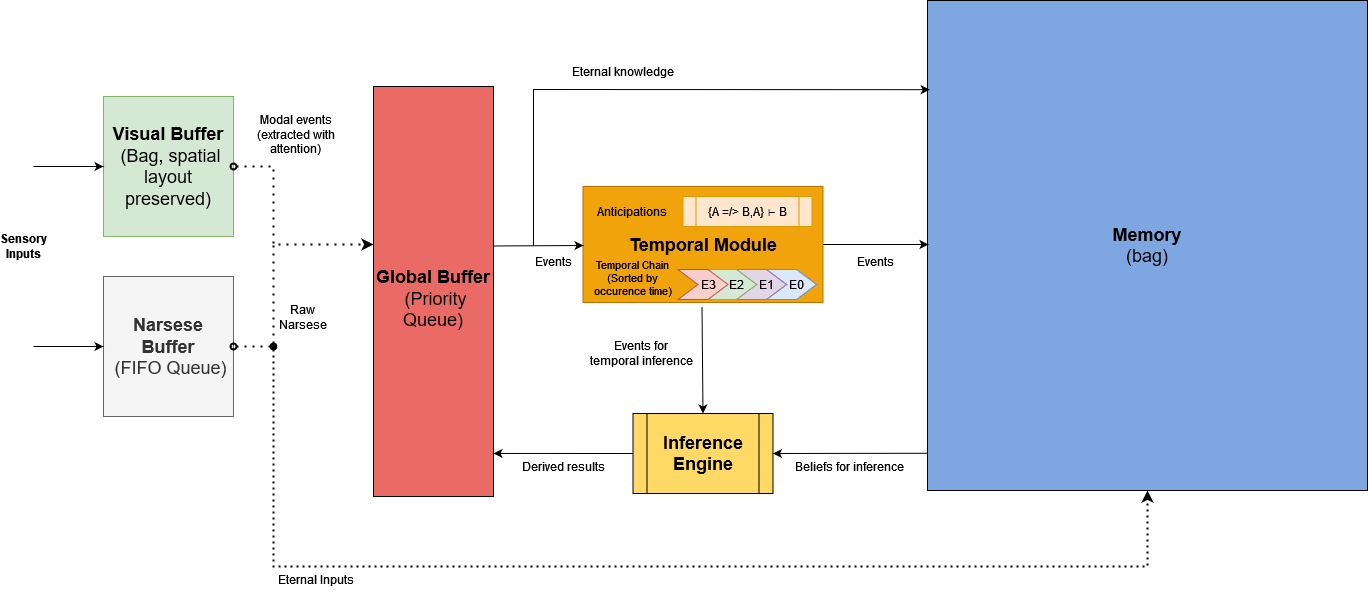
Earlier version of the draw.io export Documentation/Diagram.png (ccrock4t/NARS-Python). Source tidied: cells renumbered, new cells last; positions are measured from the earlier drawing's top-left corner, leaving out a move shared by most shapes.
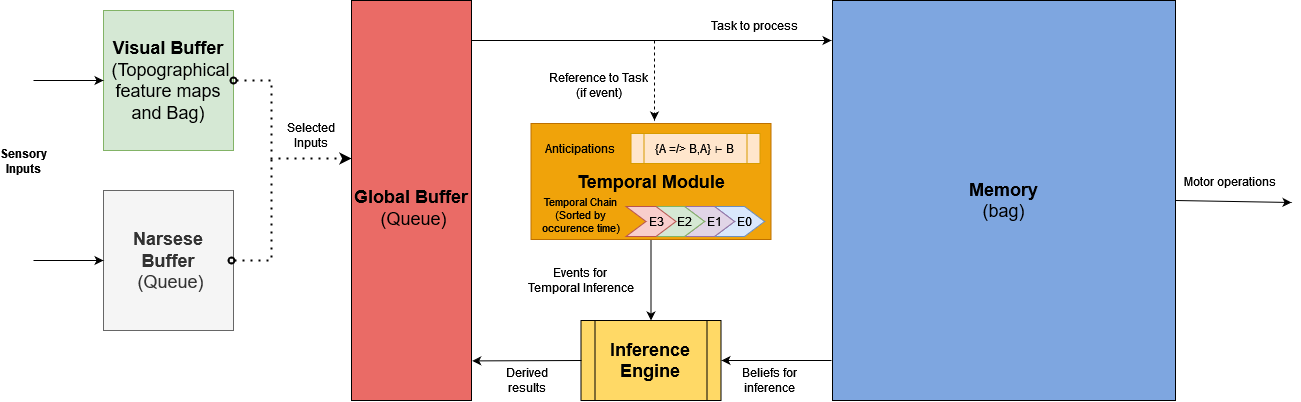
Above is the later version.

Diff of the diagram source:
```diff
@@ -3,31 +3,31 @@
     <mxCell id="0" />
     <mxCell id="1" parent="0" />
     <mxCell id="2" value="&lt;div&gt;&lt;font style=&quot;font-size: 18px&quot;&gt;&lt;b&gt;Memory&lt;/b&gt;&lt;br&gt;&lt;/font&gt;&lt;/div&gt;&lt;div&gt;&lt;font style=&quot;font-size: 18px&quot;&gt;(bag)&lt;/font&gt;&lt;/div&gt;" style="rounded=0;whiteSpace=wrap;html=1;fillColor=#7EA6E0;" parent="1" vertex="1">
-      <mxGeometry x="924" width="440" height="490" as="geometry" />
+      <mxGeometry x="881" y="63" width="343" height="400" as="geometry" />
     </mxCell>
-    <mxCell id="3" value="&lt;div&gt;&lt;font style=&quot;font-size: 18px&quot;&gt;&lt;b&gt;&lt;font style=&quot;font-size: 18px&quot;&gt;Visual &lt;/font&gt;Buffer&lt;/b&gt;&lt;/font&gt;&lt;/div&gt;&lt;font style=&quot;font-size: 18px&quot;&gt;&amp;nbsp;(Bag, spatial layout preserved)&lt;/font&gt;" style="rounded=0;whiteSpace=wrap;html=1;fillColor=#d5e8d4;strokeColor=#82b366;" parent="1" vertex="1">
-      <mxGeometry x="100" y="96" width="130" height="140" as="geometry" />
+    <mxCell id="3" value="&lt;div&gt;&lt;font style=&quot;font-size: 18px&quot;&gt;&lt;b&gt;&lt;font style=&quot;font-size: 18px&quot;&gt;Visual &lt;/font&gt;Buffer&lt;/b&gt;&lt;/font&gt;&lt;/div&gt;&lt;font style=&quot;font-size: 18px&quot;&gt;&amp;nbsp;(Topographical feature maps and Bag)&lt;/font&gt;" style="rounded=0;whiteSpace=wrap;html=1;fillColor=#d5e8d4;strokeColor=#82b366;" parent="1" vertex="1">
+      <mxGeometry x="152" y="73" width="130" height="140" as="geometry" />
     </mxCell>
     <mxCell id="4" value="&lt;div&gt;&lt;font style=&quot;font-size: 18px&quot;&gt;&lt;b&gt;Inference&lt;/b&gt;&lt;/font&gt;&lt;/div&gt;&lt;div&gt;&lt;font style=&quot;font-size: 18px&quot;&gt;&lt;b&gt;Engine&lt;br&gt;&lt;/b&gt;&lt;/font&gt;&lt;/div&gt;" style="shape=process;whiteSpace=wrap;html=1;backgroundOutline=1;fillColor=#FFD966;" parent="1" vertex="1">
-      <mxGeometry x="629.5" y="413" width="140" height="80" as="geometry" />
+      <mxGeometry x="629.5" y="383" width="140" height="80" as="geometry" />
     </mxCell>
     <mxCell id="5" value="&lt;div&gt;&lt;b&gt;Sensory&lt;br&gt;&lt;/b&gt;&lt;/div&gt;&lt;div&gt;&lt;b&gt;Inputs&lt;/b&gt;&lt;/div&gt;" style="text;html=1;strokeColor=none;fillColor=none;align=center;verticalAlign=middle;whiteSpace=wrap;rounded=0;" parent="1" vertex="1">
-      <mxGeometry y="236" width="40" height="20" as="geometry" />
+      <mxGeometry x="52" y="214" width="40" height="20" as="geometry" />
     </mxCell>
     <mxCell id="6" value="&lt;div&gt;&lt;font style=&quot;font-size: 18px&quot;&gt;&lt;b&gt;&lt;br&gt;&lt;/b&gt;&lt;/font&gt;&lt;/div&gt;&lt;div&gt;&lt;font style=&quot;font-size: 18px&quot;&gt;&lt;b&gt;Temporal Module &lt;br&gt;&lt;/b&gt;&lt;/font&gt;&lt;/div&gt;&lt;div&gt;&lt;font style=&quot;font-size: 18px&quot;&gt;&lt;b&gt;&lt;br&gt;&lt;/b&gt;&lt;/font&gt;&lt;/div&gt;" style="rounded=0;whiteSpace=wrap;html=1;fillColor=#f0a30a;strokeColor=#BD7000;fontColor=#000000;" parent="1" vertex="1">
       <mxGeometry x="579.5" y="186" width="240" height="116" as="geometry" />
     </mxCell>
-    <mxCell id="7" value="Eternal Inputs" style="text;html=1;strokeColor=none;fillColor=none;align=center;verticalAlign=middle;whiteSpace=wrap;rounded=0;" parent="1" vertex="1">
-      <mxGeometry x="250" y="561" width="124.5" height="35" as="geometry" />
-    </mxCell>
-    <mxCell id="8" style="endArrow=classic;html=1;entryX=1;entryY=0.5;entryDx=0;entryDy=0;exitX=0;exitY=0.924;exitDx=0;exitDy=0;exitPerimeter=0;" parent="1" edge="1" source="2" target="4">
-      <mxGeometry relative="1" as="geometry" />
+    <mxCell id="8" style="endArrow=classic;html=1;" parent="1" edge="1">
+      <mxGeometry relative="1" as="geometry">
+        <mxPoint x="880" y="423" as="sourcePoint" />
+        <mxPoint x="770" y="423" as="targetPoint" />
+      </mxGeometry>
     </mxCell>
-    <mxCell id="9" value="&lt;div&gt;Beliefs for inference&lt;/div&gt;" style="text;html=1;strokeColor=none;fillColor=none;align=center;verticalAlign=middle;whiteSpace=wrap;rounded=0;" parent="1" vertex="1">
-      <mxGeometry x="783" y="456" width="126" height="20" as="geometry" />
+    <mxCell id="9" value="&lt;div&gt;Beliefs for&lt;/div&gt;&lt;div&gt;inference&lt;/div&gt;" style="text;html=1;strokeColor=none;fillColor=none;align=center;verticalAlign=middle;whiteSpace=wrap;rounded=0;" parent="1" vertex="1">
+      <mxGeometry x="755" y="433" width="126" height="20" as="geometry" />
     </mxCell>
-    <mxCell id="10" value="Derived results" style="text;html=1;strokeColor=none;fillColor=none;align=center;verticalAlign=middle;whiteSpace=wrap;rounded=0;" parent="1" vertex="1">
-      <mxGeometry x="490" y="456" width="140" height="20" as="geometry" />
+    <mxCell id="10" value="&lt;div&gt;Derived&lt;/div&gt;&lt;div&gt;results&lt;/div&gt;" style="text;html=1;strokeColor=none;fillColor=none;align=center;verticalAlign=middle;whiteSpace=wrap;rounded=0;" parent="1" vertex="1">
+      <mxGeometry x="530" y="433" width="90.8" height="20" as="geometry" />
     </mxCell>
     <mxCell id="11" style="shape=step;perimeter=stepPerimeter;whiteSpace=wrap;html=1;fixedSize=1;fillColor=#dae8fc;strokeColor=#6c8ebf;" parent="1" vertex="1">
       <mxGeometry x="763" y="269" width="50" height="30" as="geometry" />
@@ -62,92 +62,84 @@
     <mxCell id="21" value="Anticipations" style="text;html=1;strokeColor=none;fillColor=none;align=center;verticalAlign=middle;whiteSpace=wrap;rounded=0;" parent="1" vertex="1">
       <mxGeometry x="609.2" y="186" width="40" height="50" as="geometry" />
     </mxCell>
-    <mxCell id="22" style="endArrow=classic;html=1;rounded=0;exitX=1;exitY=0.5;exitDx=0;exitDy=0;" parent="1" edge="1" source="6">
-      <mxGeometry relative="1" as="geometry">
-        <mxPoint x="925" y="244" as="targetPoint" />
-      </mxGeometry>
-    </mxCell>
-    <mxCell id="23" value="&lt;div&gt;&lt;font style=&quot;font-size: 18px&quot;&gt;&lt;b&gt;&lt;font style=&quot;font-size: 18px&quot;&gt;Narsese &lt;/font&gt;Buffer&lt;/b&gt;&lt;/font&gt;&lt;/div&gt;&lt;font style=&quot;font-size: 18px&quot;&gt;&amp;nbsp;(FIFO Queue)&lt;/font&gt;" style="rounded=0;whiteSpace=wrap;html=1;fillColor=#f5f5f5;fontColor=#333333;strokeColor=#666666;" parent="1" vertex="1">
-      <mxGeometry x="100" y="276" width="130" height="140" as="geometry" />
+    <mxCell id="23" value="&lt;div&gt;&lt;font style=&quot;font-size: 18px&quot;&gt;&lt;b&gt;&lt;font style=&quot;font-size: 18px&quot;&gt;Narsese &lt;/font&gt;Buffer&lt;/b&gt;&lt;/font&gt;&lt;/div&gt;&lt;font style=&quot;font-size: 18px&quot;&gt;&amp;nbsp;(Queue)&lt;/font&gt;" style="rounded=0;whiteSpace=wrap;html=1;fillColor=#f5f5f5;fontColor=#333333;strokeColor=#666666;" parent="1" vertex="1">
+      <mxGeometry x="152" y="253" width="130" height="140" as="geometry" />
     </mxCell>
-    <mxCell id="24" style="endArrow=classic;html=1;rounded=0;exitX=0.5;exitY=1;exitDx=0;exitDy=0;entryX=0.5;entryY=0;entryDx=0;entryDy=0;" parent="1" edge="1" target="4">
-      <mxGeometry relative="1" as="geometry">
-        <mxPoint x="698.5" y="306" as="sourcePoint" />
-      </mxGeometry>
+    <mxCell id="24" style="endArrow=classic;html=1;rounded=0;entryX=0.5;entryY=0;entryDx=0;entryDy=0;exitX=0.5;exitY=1;exitDx=0;exitDy=0;" parent="1" edge="1" source="6" target="4">
+      <mxGeometry relative="1" as="geometry" />
     </mxCell>
-    <mxCell id="25" style="endArrow=none;html=1;endFill=0;startArrow=classic;startFill=1;entryX=0;entryY=0.5;entryDx=0;entryDy=0;exitX=1;exitY=0.895;exitDx=0;exitDy=0;exitPerimeter=0;" parent="1" edge="1" source="34" target="4">
-      <mxGeometry relative="1" as="geometry" />
+    <mxCell id="25" style="endArrow=none;html=1;endFill=0;startArrow=classic;startFill=1;exitX=1.006;exitY=0.901;exitDx=0;exitDy=0;exitPerimeter=0;" parent="1" edge="1" source="34">
+      <mxGeometry relative="1" as="geometry">
+        <mxPoint x="630" y="423" as="targetPoint" />
+      </mxGeometry>
     </mxCell>
-    <mxCell id="26" value="&lt;div&gt;Events for &lt;br&gt;&lt;/div&gt;&lt;div&gt;temporal inference&lt;/div&gt;" style="text;html=1;strokeColor=none;fillColor=none;align=center;verticalAlign=middle;whiteSpace=wrap;rounded=0;" parent="1" vertex="1">
-      <mxGeometry x="575" y="343" width="126" height="20" as="geometry" />
+    <mxCell id="26" value="&lt;div&gt;Events for &lt;br&gt;&lt;/div&gt;&lt;div&gt;Temporal Inference&lt;/div&gt;" style="text;html=1;strokeColor=none;fillColor=none;align=center;verticalAlign=middle;whiteSpace=wrap;rounded=0;" parent="1" vertex="1">
+      <mxGeometry x="559" y="333" width="140.5" height="20" as="geometry" />
     </mxCell>
     <mxCell id="27" style="endArrow=classic;html=1;rounded=0;entryX=0;entryY=0.5;entryDx=0;entryDy=0;" parent="1" edge="1" target="3">
       <mxGeometry relative="1" as="geometry">
-        <mxPoint x="30" y="166" as="sourcePoint" />
+        <mxPoint x="82" y="143" as="sourcePoint" />
       </mxGeometry>
     </mxCell>
     <mxCell id="28" style="endArrow=classic;html=1;rounded=0;entryX=0;entryY=0.5;entryDx=0;entryDy=0;" parent="1" edge="1" target="23">
       <mxGeometry relative="1" as="geometry">
-        <mxPoint x="30" y="346" as="sourcePoint" />
+        <mxPoint x="82" y="323" as="sourcePoint" />
       </mxGeometry>
     </mxCell>
-    <mxCell id="29" style="endArrow=none;dashed=1;html=1;dashPattern=1 3;strokeWidth=2;rounded=0;exitX=1;exitY=0.5;exitDx=0;exitDy=0;startArrow=oval;startFill=0;" parent="1" edge="1" source="23">
+    <mxCell id="29" style="endArrow=none;dashed=1;html=1;dashPattern=1 3;strokeWidth=2;rounded=0;startArrow=oval;startFill=0;" parent="1" edge="1">
       <mxGeometry relative="1" as="geometry">
-        <mxPoint x="270" y="244" as="targetPoint" />
+        <mxPoint x="280" y="323" as="sourcePoint" />
+        <mxPoint x="320" y="221" as="targetPoint" />
         <Array as="points">
-          <mxPoint x="270" y="346" />
-          <mxPoint x="270" y="244" />
+          <mxPoint x="320" y="323" />
+          <mxPoint x="320" y="221" />
         </Array>
       </mxGeometry>
     </mxCell>
     <mxCell id="30" style="endArrow=classic;dashed=1;html=1;dashPattern=1 3;strokeWidth=2;rounded=0;exitX=1;exitY=0.5;exitDx=0;exitDy=0;startArrow=oval;startFill=0;endFill=1;" parent="1" edge="1" source="3">
       <mxGeometry relative="1" as="geometry">
-        <mxPoint x="370" y="244" as="targetPoint" />
+        <mxPoint x="400" y="221" as="targetPoint" />
         <Array as="points">
-          <mxPoint x="270" y="166" />
-          <mxPoint x="270" y="244" />
+          <mxPoint x="320" y="143" />
+          <mxPoint x="320" y="221" />
         </Array>
       </mxGeometry>
     </mxCell>
-    <mxCell id="31" style="endArrow=classic;html=1;rounded=0;entryX=0.5;entryY=1;entryDx=0;entryDy=0;dashed=1;dashPattern=1 2;strokeWidth=2;startArrow=oval;startFill=1;" parent="1" edge="1" target="2">
-      <mxGeometry relative="1" as="geometry">
-        <mxPoint x="270" y="346" as="sourcePoint" />
-        <Array as="points">
-          <mxPoint x="270" y="566" />
-          <mxPoint x="1144" y="566" />
-        </Array>
-      </mxGeometry>
-    </mxCell>
-    <mxCell id="32" value="Modal events (extracted with attention)" style="text;html=1;strokeColor=none;fillColor=none;align=center;verticalAlign=middle;whiteSpace=wrap;rounded=0;" parent="1" vertex="1">
-      <mxGeometry x="230" y="116" width="124.5" height="35" as="geometry" />
-    </mxCell>
-    <mxCell id="33" value="Events" style="text;html=1;strokeColor=none;fillColor=none;align=center;verticalAlign=middle;whiteSpace=wrap;rounded=0;" parent="1" vertex="1">
-      <mxGeometry x="808.5" y="251" width="126" height="20" as="geometry" />
-    </mxCell>
-    <mxCell id="34" value="&lt;br&gt;&lt;div&gt;&lt;font style=&quot;font-size: 18px&quot;&gt;&lt;b&gt;&lt;font style=&quot;font-size: 18px&quot;&gt;Global &lt;/font&gt;Buffer&lt;/b&gt;&lt;/font&gt;&lt;/div&gt;&lt;font style=&quot;font-size: 18px&quot;&gt;&amp;nbsp;(Priority Queue)&lt;br&gt;&lt;/font&gt;" style="rounded=0;whiteSpace=wrap;html=1;fillColor=#EA6B66;strokeColor=#000000;" parent="1" vertex="1">
-      <mxGeometry x="370" y="86" width="120" height="410" as="geometry" />
+    <mxCell id="34" value="&lt;br&gt;&lt;div&gt;&lt;font style=&quot;font-size: 18px&quot;&gt;&lt;b&gt;&lt;font style=&quot;font-size: 18px&quot;&gt;Global &lt;/font&gt;Buffer&lt;/b&gt;&lt;/font&gt;&lt;/div&gt;&lt;font style=&quot;font-size: 18px&quot;&gt;&amp;nbsp;(Queue)&lt;br&gt;&lt;/font&gt;" style="rounded=0;whiteSpace=wrap;html=1;fillColor=#EA6B66;strokeColor=#000000;" parent="1" vertex="1">
+      <mxGeometry x="400" y="63" width="120" height="400" as="geometry" />
     </mxCell>
-    <mxCell id="35" value="&lt;div&gt;Raw&lt;/div&gt;&lt;div&gt;Narsese&lt;br&gt;&lt;/div&gt;" style="text;html=1;strokeColor=none;fillColor=none;align=center;verticalAlign=middle;whiteSpace=wrap;rounded=0;" parent="1" vertex="1">
-      <mxGeometry x="270" y="302" width="60" height="30" as="geometry" />
-    </mxCell>
-    <mxCell id="36" style="endArrow=classic;html=1;rounded=0;exitX=1.001;exitY=0.389;exitDx=0;exitDy=0;exitPerimeter=0;" parent="1" edge="1" source="34">
-      <mxGeometry relative="1" as="geometry">
-        <mxPoint x="580" y="245" as="targetPoint" />
-      </mxGeometry>
-    </mxCell>
-    <mxCell id="37" style="endArrow=classic;html=1;rounded=0;entryX=0.005;entryY=0.182;entryDx=0;entryDy=0;entryPerimeter=0;" parent="1" edge="1" target="2">
-      <mxGeometry relative="1" as="geometry">
-        <mxPoint x="530" y="245" as="sourcePoint" />
-        <Array as="points">
-          <mxPoint x="530" y="89" />
-        </Array>
-      </mxGeometry>
-    </mxCell>
-    <mxCell id="38" value="Events" style="text;html=1;strokeColor=none;fillColor=none;align=center;verticalAlign=middle;whiteSpace=wrap;rounded=0;" parent="1" vertex="1">
-      <mxGeometry x="519.5" y="246" width="60" height="30" as="geometry" />
-    </mxCell>
-    <mxCell id="39" value="Eternal knowledge" style="text;html=1;strokeColor=none;fillColor=none;align=center;verticalAlign=middle;whiteSpace=wrap;rounded=0;" parent="1" vertex="1">
-      <mxGeometry x="564.5" y="56" width="110" height="30" as="geometry" />
-    </mxCell>
+    <mxCell id="40" value="Selected Inputs" style="text;html=1;strokeColor=none;fillColor=none;align=center;verticalAlign=middle;whiteSpace=wrap;rounded=0;" parent="1" vertex="1">
+      <mxGeometry x="330" y="183" width="60" height="30" as="geometry" />
+    </mxCell>
+    <mxCell id="41" style="endArrow=classic;html=1;rounded=0;exitX=1;exitY=0.5;exitDx=0;exitDy=0;" parent="1" edge="1" source="2">
+      <mxGeometry relative="1" as="geometry">
+        <mxPoint x="1340" y="265" as="targetPoint" />
+      </mxGeometry>
+    </mxCell>
+    <mxCell id="42" value="Motor operations" style="text;html=1;strokeColor=none;fillColor=none;align=center;verticalAlign=middle;whiteSpace=wrap;rounded=0;" parent="1" vertex="1">
+      <mxGeometry x="1224" y="229" width="110" height="30" as="geometry" />
+    </mxCell>
+    <mxCell id="43" style="endArrow=classic;html=1;rounded=0;endFill=1;" parent="1" edge="1">
+      <mxGeometry relative="1" as="geometry">
+        <mxPoint x="540" y="103" as="sourcePoint" />
+        <mxPoint x="880" y="103" as="targetPoint" />
+        <Array as="points">
+          <mxPoint x="520" y="103" />
+          <mxPoint x="540" y="103" />
+        </Array>
+      </mxGeometry>
+    </mxCell>
+    <mxCell id="44" value="Reference to Task (if event)" style="text;html=1;strokeColor=none;fillColor=none;align=center;verticalAlign=middle;whiteSpace=wrap;rounded=0;" parent="1" vertex="1">
+      <mxGeometry x="596.2" y="133" width="102.5" height="30" as="geometry" />
+    </mxCell>
+    <mxCell id="45" style="endArrow=classic;html=1;rounded=0;dashed=1;" parent="1" edge="1">
+      <mxGeometry relative="1" as="geometry">
+        <mxPoint x="703" y="103" as="sourcePoint" />
+        <mxPoint x="703" y="183" as="targetPoint" />
+      </mxGeometry>
+    </mxCell>
+    <mxCell id="46" value="Task to process" style="text;html=1;strokeColor=none;fillColor=none;align=center;verticalAlign=middle;whiteSpace=wrap;rounded=0;" parent="1" vertex="1">
+      <mxGeometry x="753" y="73" width="100" height="30" as="geometry" />
+    </mxCell>
   </root>
 </mxGraphModel>
```
